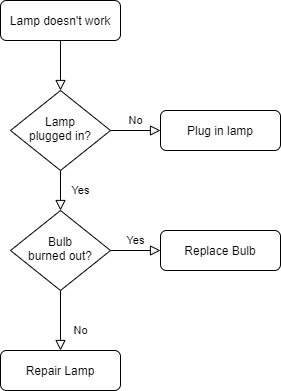
The draw.io diagram chess_flowchart.png in Szymon-Skazinski/CHARTS, before a commit. Source tidied: cells renumbered, new cells last; positions are measured from the earlier drawing's top-left corner, leaving out a move shared by most shapes. Its diagram source:
```xml
<mxGraphModel>
  <root>
    <mxCell id="0" />
    <mxCell id="1" parent="0" />
    <mxCell id="2" style="rounded=0;html=1;jettySize=auto;fontSize=11;endArrow=block;endFill=0;endSize=8;strokeWidth=1;shadow=0;labelBackgroundColor=none;edgeStyle=orthogonalEdgeStyle;" parent="1" edge="1" source="3" target="6">
      <mxGeometry relative="1" as="geometry" />
    </mxCell>
    <mxCell id="3" value="Lamp doesn't work" style="rounded=1;whiteSpace=wrap;html=1;fontSize=12;glass=0;strokeWidth=1;shadow=0;" parent="1" vertex="1">
      <mxGeometry width="120" height="40" as="geometry" />
    </mxCell>
    <mxCell id="4" value="Yes" style="rounded=0;html=1;jettySize=auto;fontSize=11;endArrow=block;endFill=0;endSize=8;strokeWidth=1;shadow=0;labelBackgroundColor=none;edgeStyle=orthogonalEdgeStyle;" parent="1" edge="1" source="6" target="10">
      <mxGeometry y="20" relative="1" as="geometry" />
    </mxCell>
    <mxCell id="5" value="No" style="edgeStyle=orthogonalEdgeStyle;rounded=0;html=1;jettySize=auto;fontSize=11;endArrow=block;endFill=0;endSize=8;strokeWidth=1;shadow=0;labelBackgroundColor=none;" parent="1" edge="1" source="6" target="7">
      <mxGeometry y="10" relative="1" as="geometry" />
    </mxCell>
    <mxCell id="6" value="Lamp&lt;br&gt;plugged in?" style="rhombus;whiteSpace=wrap;html=1;shadow=0;fontFamily=Helvetica;fontSize=12;align=center;strokeWidth=1;spacing=6;spacingTop=-4;" parent="1" vertex="1">
      <mxGeometry x="10" y="90" width="100" height="80" as="geometry" />
    </mxCell>
    <mxCell id="7" value="Plug in lamp" style="rounded=1;whiteSpace=wrap;html=1;fontSize=12;glass=0;strokeWidth=1;shadow=0;" parent="1" vertex="1">
      <mxGeometry x="160" y="110" width="120" height="40" as="geometry" />
    </mxCell>
    <mxCell id="8" value="No" style="rounded=0;html=1;jettySize=auto;fontSize=11;endArrow=block;endFill=0;endSize=8;strokeWidth=1;shadow=0;labelBackgroundColor=none;edgeStyle=orthogonalEdgeStyle;" parent="1" edge="1" source="10" target="11">
      <mxGeometry x="0.33" y="20" relative="1" as="geometry" />
    </mxCell>
    <mxCell id="9" value="Yes" style="edgeStyle=orthogonalEdgeStyle;rounded=0;html=1;jettySize=auto;fontSize=11;endArrow=block;endFill=0;endSize=8;strokeWidth=1;shadow=0;labelBackgroundColor=none;" parent="1" edge="1" source="10" target="12">
      <mxGeometry y="10" relative="1" as="geometry" />
    </mxCell>
    <mxCell id="10" value="Bulb&lt;br&gt;burned out?" style="rhombus;whiteSpace=wrap;html=1;shadow=0;fontFamily=Helvetica;fontSize=12;align=center;strokeWidth=1;spacing=6;spacingTop=-4;" parent="1" vertex="1">
      <mxGeometry x="10" y="210" width="100" height="80" as="geometry" />
    </mxCell>
    <mxCell id="11" value="Repair Lamp" style="rounded=1;whiteSpace=wrap;html=1;fontSize=12;glass=0;strokeWidth=1;shadow=0;" parent="1" vertex="1">
      <mxGeometry y="350" width="120" height="40" as="geometry" />
    </mxCell>
    <mxCell id="12" value="Replace Bulb" style="rounded=1;whiteSpace=wrap;html=1;fontSize=12;glass=0;strokeWidth=1;shadow=0;" parent="1" vertex="1">
      <mxGeometry x="160" y="230" width="120" height="40" as="geometry" />
    </mxCell>
  </root>
</mxGraphModel>
```
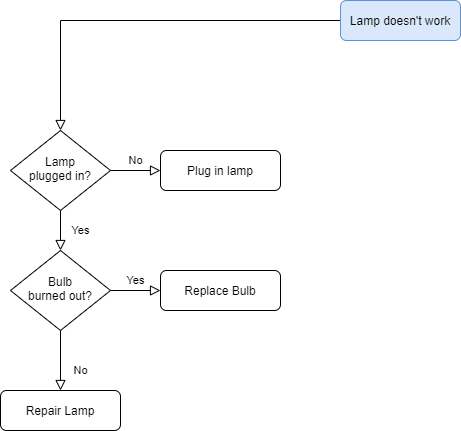
The same diagram one commit later.

What changed in the source:
```diff
@@ -5,8 +5,8 @@
     <mxCell id="2" style="rounded=0;html=1;jettySize=auto;fontSize=11;endArrow=block;endFill=0;endSize=8;strokeWidth=1;shadow=0;labelBackgroundColor=none;edgeStyle=orthogonalEdgeStyle;" parent="1" edge="1" source="3" target="6">
       <mxGeometry relative="1" as="geometry" />
     </mxCell>
-    <mxCell id="3" value="Lamp doesn't work" style="rounded=1;whiteSpace=wrap;html=1;fontSize=12;glass=0;strokeWidth=1;shadow=0;" parent="1" vertex="1">
-      <mxGeometry width="120" height="40" as="geometry" />
+    <mxCell id="3" value="Lamp doesn't work" style="rounded=1;whiteSpace=wrap;html=1;fontSize=12;glass=0;strokeWidth=1;shadow=0;fillColor=#dae8fc;strokeColor=#6c8ebf;" parent="1" vertex="1">
+      <mxGeometry x="340" y="-40" width="120" height="40" as="geometry" />
     </mxCell>
     <mxCell id="4" value="Yes" style="rounded=0;html=1;jettySize=auto;fontSize=11;endArrow=block;endFill=0;endSize=8;strokeWidth=1;shadow=0;labelBackgroundColor=none;edgeStyle=orthogonalEdgeStyle;" parent="1" edge="1" source="6" target="10">
       <mxGeometry y="20" relative="1" as="geometry" />
```
